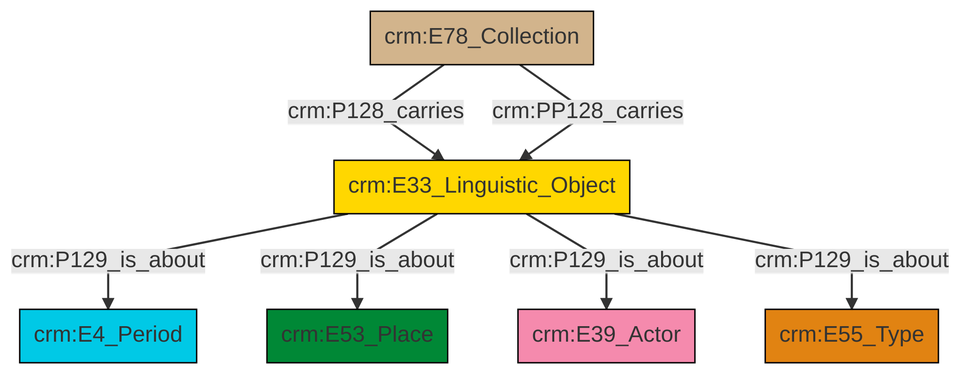
Earlier version of the Mermaid export et/archivalCSV/ttl/mmd/png/archival_aboutness.png (swiss-art-research-net/docs.swissartresearch). Its source is kept beside it as et/archivalCSV/ttl/mmd/archival_aboutness.ttl.mmd.
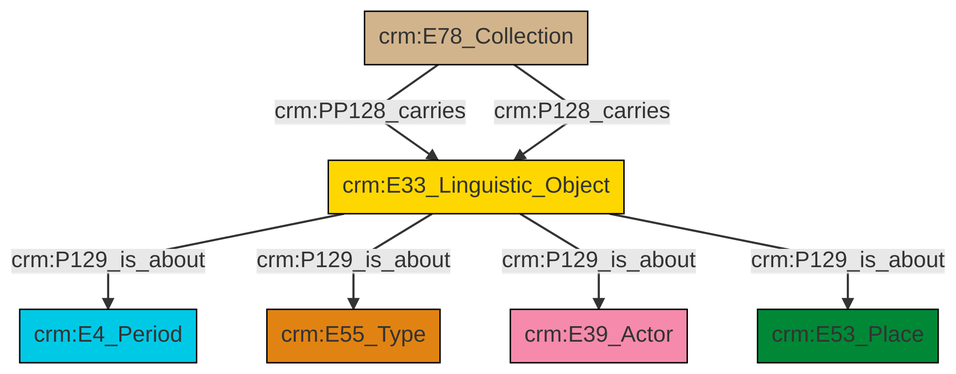
Later version of the same file.

What changed in the source:
```diff
@@ -13,9 +13,9 @@
 classDef PC_Classes fill:#4ce600, stroke:#000000;
 classDef Multi fill:#cccccc,stroke:#000000;
 
-2["crm:E33_Linguistic_Object"]:::Conceptual_Object -->|crm:P129_is_about| 3["crm:E4_Period"]:::Temporal_Entity
-2["crm:E33_Linguistic_Object"]:::Conceptual_Object -->|crm:P129_is_about| 4["crm:E53_Place"]:::Place
-2["crm:E33_Linguistic_Object"]:::Conceptual_Object -->|crm:P129_is_about| 6["crm:E39_Actor"]:::Actor
-7["crm:E78_Collection"]:::Physical_Thing -->|crm:P128_carries| 2["crm:E33_Linguistic_Object"]:::Conceptual_Object
-7["crm:E78_Collection"]:::Physical_Thing -->|crm:PP128_carries| 2["crm:E33_Linguistic_Object"]:::Conceptual_Object
-2["crm:E33_Linguistic_Object"]:::Conceptual_Object -->|crm:P129_is_about| 0["crm:E55_Type"]:::Type
+0["crm:E33_Linguistic_Object"]:::Conceptual_Object -->|crm:P129_is_about| 1["crm:E4_Period"]:::Temporal_Entity
+0["crm:E33_Linguistic_Object"]:::Conceptual_Object -->|crm:P129_is_about| 4["crm:E55_Type"]:::Type
+0["crm:E33_Linguistic_Object"]:::Conceptual_Object -->|crm:P129_is_about| 9["crm:E39_Actor"]:::Actor
+7["crm:E78_Collection"]:::Physical_Thing -->|crm:PP128_carries| 0["crm:E33_Linguistic_Object"]:::Conceptual_Object
+7["crm:E78_Collection"]:::Physical_Thing -->|crm:P128_carries| 0["crm:E33_Linguistic_Object"]:::Conceptual_Object
+0["crm:E33_Linguistic_Object"]:::Conceptual_Object -->|crm:P129_is_about| 2["crm:E53_Place"]:::Place
```
